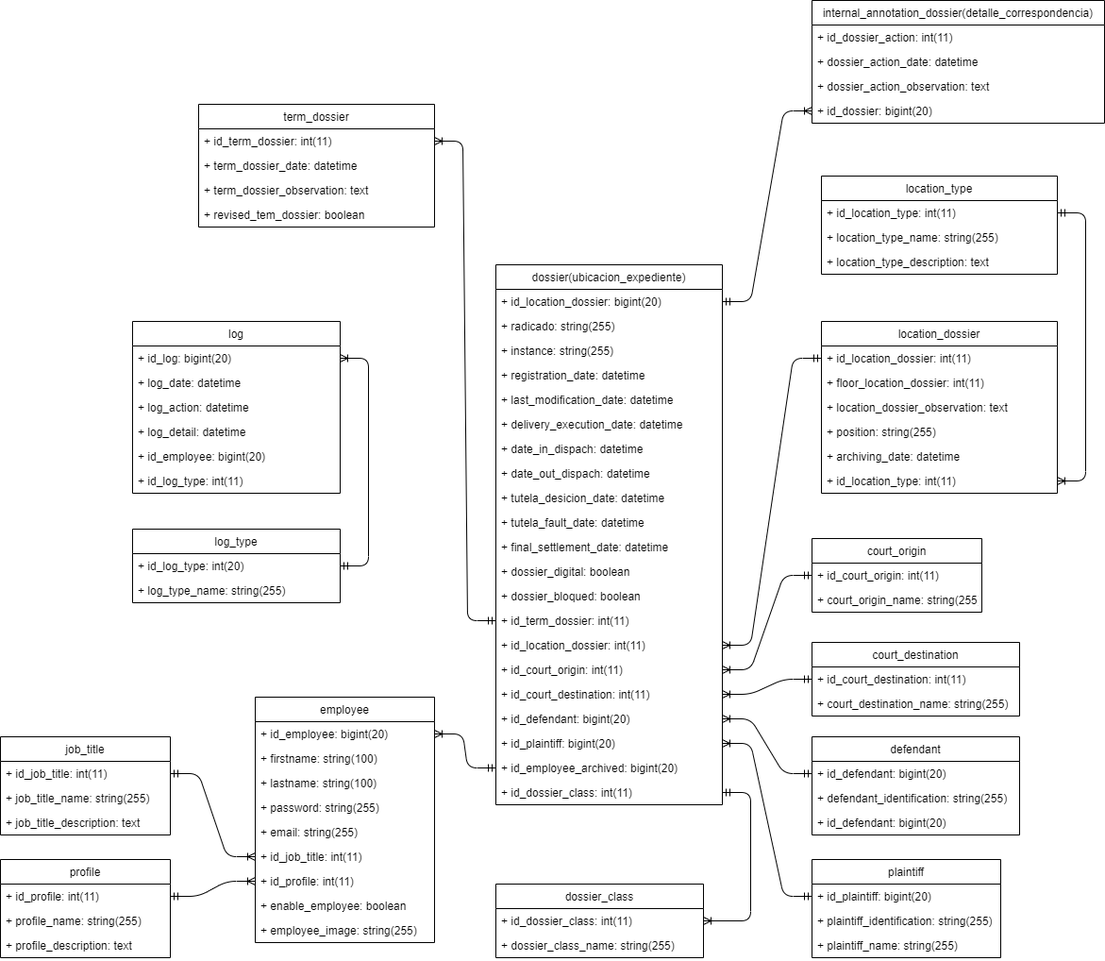
This is laborales/database/laborales.drawio.png from jonanv/ejecucion2, a draw.io export, as it was before one commit. Source tidied: cells renumbered, new cells last; positions are measured from the earlier drawing's top-left corner, leaving out a move shared by most shapes.
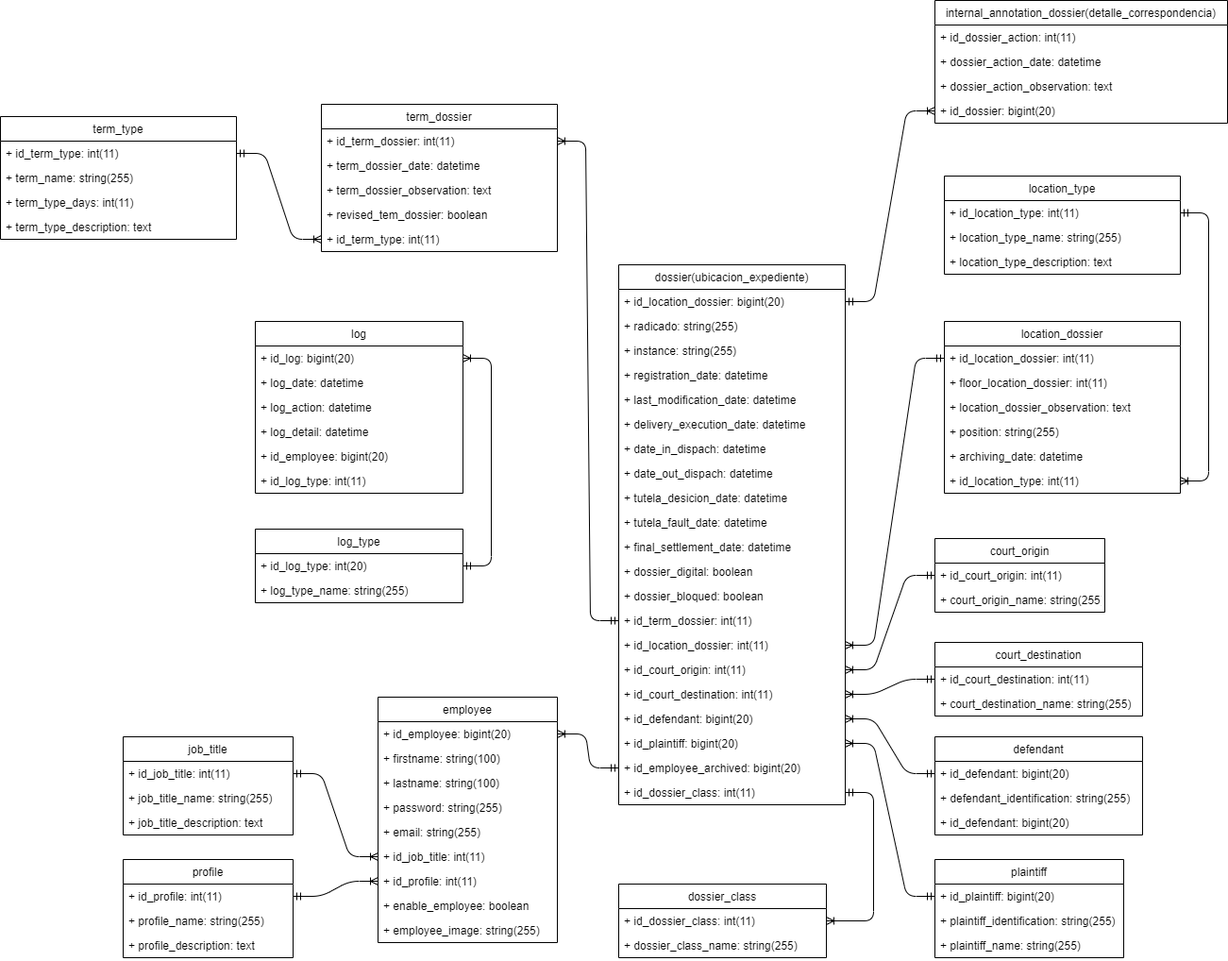
After the change.

The edit, as a diff of the source:
```diff
@@ -261,7 +261,7 @@
       <mxGeometry y="78" width="250" height="26" as="geometry" />
     </mxCell>
     <mxCell id="88" value="term_dossier" style="swimlane;fontStyle=0;horizontal=1;startSize=26;fillColor=none;" parent="1" vertex="1">
-      <mxGeometry x="210" y="110" width="250" height="130" as="geometry" />
+      <mxGeometry x="210" y="110" width="250" height="156" as="geometry" />
     </mxCell>
     <mxCell id="89" value="+ id_term_dossier: int(11)" style="text;strokeColor=none;fillColor=none;align=left;verticalAlign=top;spacingLeft=4;spacingRight=4;overflow=hidden;points=[[0,0.5],[1,0.5]];portConstraint=eastwest;" parent="88" vertex="1">
       <mxGeometry y="26" width="250" height="26" as="geometry" />
@@ -275,6 +275,9 @@
     <mxCell id="92" value="+ revised_tem_dossier: boolean" style="text;strokeColor=none;fillColor=none;align=left;verticalAlign=top;spacingLeft=4;spacingRight=4;overflow=hidden;" parent="88" vertex="1">
       <mxGeometry y="104" width="250" height="26" as="geometry" />
     </mxCell>
+    <mxCell id="103" value="+ id_term_type: int(11)" style="text;strokeColor=none;fillColor=none;align=left;verticalAlign=top;spacingLeft=4;spacingRight=4;overflow=hidden;points=[[0,0.5],[1,0.5]];portConstraint=eastwest;" parent="88" vertex="1">
+      <mxGeometry y="130" width="250" height="26" as="geometry" />
+    </mxCell>
     <mxCell id="93" value="location_dossier" style="swimlane;fontStyle=0;horizontal=1;startSize=26;fillColor=none;" parent="1" vertex="1">
       <mxGeometry x="870" y="340" width="250" height="182" as="geometry" />
     </mxCell>
@@ -305,5 +308,23 @@
     <mxCell id="102" style="edgeStyle=entityRelationEdgeStyle;fontSize=12;html=1;endArrow=ERoneToMany;startArrow=ERmandOne;" parent="1" edge="1" source="50" target="89">
       <mxGeometry relative="1" as="geometry" />
     </mxCell>
+    <mxCell id="104" value="term_type" style="swimlane;fontStyle=0;horizontal=1;startSize=26;fillColor=none;" parent="1" vertex="1">
+      <mxGeometry x="-130" y="123" width="250" height="130" as="geometry" />
+    </mxCell>
+    <mxCell id="105" value="+ id_term_type: int(11)" style="text;strokeColor=none;fillColor=none;align=left;verticalAlign=top;spacingLeft=4;spacingRight=4;overflow=hidden;points=[[0,0.5],[1,0.5]];portConstraint=eastwest;" parent="104" vertex="1">
+      <mxGeometry y="26" width="250" height="26" as="geometry" />
+    </mxCell>
+    <mxCell id="106" value="+ term_name: string(255)" style="text;strokeColor=none;fillColor=none;align=left;verticalAlign=top;spacingLeft=4;spacingRight=4;overflow=hidden;" parent="104" vertex="1">
+      <mxGeometry y="52" width="250" height="26" as="geometry" />
+    </mxCell>
+    <mxCell id="107" value="+ term_type_days: int(11)" style="text;strokeColor=none;fillColor=none;align=left;verticalAlign=top;spacingLeft=4;spacingRight=4;overflow=hidden;" parent="104" vertex="1">
+      <mxGeometry y="78" width="250" height="26" as="geometry" />
+    </mxCell>
+    <mxCell id="108" value="+ term_type_description: text" style="text;strokeColor=none;fillColor=none;align=left;verticalAlign=top;spacingLeft=4;spacingRight=4;overflow=hidden;" parent="104" vertex="1">
+      <mxGeometry y="104" width="250" height="26" as="geometry" />
+    </mxCell>
+    <mxCell id="109" style="edgeStyle=entityRelationEdgeStyle;fontSize=12;html=1;endArrow=ERoneToMany;startArrow=ERmandOne;" parent="1" edge="1" source="105" target="103">
+      <mxGeometry relative="1" as="geometry" />
+    </mxCell>
   </root>
 </mxGraphModel>
```
